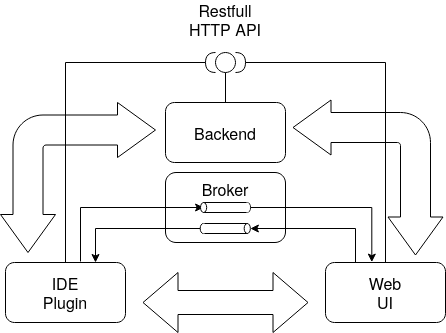
This is graphics/concept_gropius_frontend_messaging.png from neumantm/BA-thesis, a draw.io export, as it was before one commit. Source tidied: cells renumbered, new cells last; positions are measured from the earlier drawing's top-left corner, leaving out a move shared by most shapes. The source it was exported from:
```xml
<mxGraphModel>
  <root>
    <mxCell id="0" />
    <mxCell id="1" parent="0" />
    <mxCell id="2" style="html=1;shadow=0;dashed=0;align=center;verticalAlign=middle;shape=mxgraph.arrows2.bendDoubleArrow;dy=15;dx=38;arrowHead=55;rounded=1;fontSize=16;" parent="1" vertex="1">
      <mxGeometry y="93" width="155" height="150" as="geometry" />
    </mxCell>
    <mxCell id="3" style="html=1;shadow=0;dashed=0;align=center;verticalAlign=middle;shape=mxgraph.arrows2.bendDoubleArrow;dy=15;dx=38;arrowHead=55;rounded=1;fontSize=16;rotation=90;" parent="1" vertex="1">
      <mxGeometry x="290" y="93" width="155" height="150" as="geometry" />
    </mxCell>
    <mxCell id="4" value="Backend" style="rounded=1;whiteSpace=wrap;html=1;fontSize=16;" parent="1" vertex="1">
      <mxGeometry x="165" y="93" width="120" height="60" as="geometry" />
    </mxCell>
    <mxCell id="5" value="Broker" style="rounded=1;whiteSpace=wrap;html=1;fontSize=16;verticalAlign=top;" parent="1" vertex="1">
      <mxGeometry x="165" y="163" width="120" height="70" as="geometry" />
    </mxCell>
    <mxCell id="6" style="edgeStyle=orthogonalEdgeStyle;rounded=0;jettySize=auto;html=1;fontSize=16;exitX=0.5;exitY=0;exitDx=0;exitDy=0;entryX=1;entryY=0.5;entryDx=0;entryDy=0;entryPerimeter=0;endArrow=none;endFill=0;" parent="1" edge="1" source="8" target="15">
      <mxGeometry relative="1" as="geometry" />
    </mxCell>
    <mxCell id="7" style="edgeStyle=orthogonalEdgeStyle;rounded=0;jettySize=auto;html=1;exitX=0.625;exitY=-0.017;exitDx=0;exitDy=0;entryX=0;entryY=0.5;entryDx=0;entryDy=0;endArrow=classic;endFill=1;fontSize=16;exitPerimeter=0;" parent="1" edge="1" source="8" target="20">
      <mxGeometry relative="1" as="geometry" />
    </mxCell>
    <mxCell id="8" value="IDE&lt;br&gt;&lt;div&gt;Plugin&lt;/div&gt;" style="rounded=1;whiteSpace=wrap;html=1;fontSize=16;" parent="1" vertex="1">
      <mxGeometry x="5" y="253" width="120" height="60" as="geometry" />
    </mxCell>
    <mxCell id="9" style="edgeStyle=orthogonalEdgeStyle;rounded=0;jettySize=auto;html=1;exitX=0.5;exitY=0;exitDx=0;exitDy=0;fontSize=16;entryX=1;entryY=0.5;entryDx=0;entryDy=0;entryPerimeter=0;endArrow=none;endFill=0;" parent="1" edge="1" source="11" target="14">
      <mxGeometry relative="1" as="geometry" />
    </mxCell>
    <mxCell id="10" style="edgeStyle=orthogonalEdgeStyle;rounded=0;jettySize=auto;html=1;exitX=0.386;exitY=-0.006;exitDx=0;exitDy=0;entryX=1;entryY=0.5;entryDx=0;entryDy=0;endArrow=none;endFill=0;fontSize=16;exitPerimeter=0;startArrow=classic;startFill=1;" parent="1" edge="1" source="11" target="19">
      <mxGeometry relative="1" as="geometry" />
    </mxCell>
    <mxCell id="11" value="Web&lt;br&gt;&lt;div&gt;UI&lt;/div&gt;" style="rounded=1;whiteSpace=wrap;html=1;fontSize=16;" parent="1" vertex="1">
      <mxGeometry x="325" y="253" width="120" height="60" as="geometry" />
    </mxCell>
    <mxCell id="12" style="edgeStyle=orthogonalEdgeStyle;rounded=0;jettySize=auto;html=1;fontSize=16;endArrow=none;endFill=0;" parent="1" edge="1" source="13" target="4">
      <mxGeometry relative="1" as="geometry" />
    </mxCell>
    <mxCell id="13" style="ellipse;whiteSpace=wrap;html=1;fontSize=16;" parent="1" vertex="1">
      <mxGeometry x="215" y="43" width="20" height="20" as="geometry" />
    </mxCell>
    <mxCell id="14" style="shape=requiredInterface;html=1;verticalLabelPosition=bottom;fontSize=16;" parent="1" vertex="1">
      <mxGeometry x="235" y="43" width="10" height="20" as="geometry" />
    </mxCell>
    <mxCell id="15" style="shape=requiredInterface;html=1;verticalLabelPosition=bottom;fontSize=16;rotation=-180;" parent="1" vertex="1">
      <mxGeometry x="205" y="43" width="10" height="20" as="geometry" />
    </mxCell>
    <mxCell id="16" value="Restfull &lt;br&gt;HTTP API" style="text;html=1;strokeColor=none;fillColor=none;align=center;verticalAlign=middle;whiteSpace=wrap;rounded=0;fontSize=16;" parent="1" vertex="1">
      <mxGeometry x="150" width="150" height="20" as="geometry" />
    </mxCell>
    <mxCell id="17" style="html=1;shadow=0;dashed=0;align=center;verticalAlign=middle;shape=mxgraph.arrows2.twoWayArrow;dy=0.6;dx=35;fontSize=16;" parent="1" vertex="1">
      <mxGeometry x="142.5" y="263" width="165" height="60" as="geometry" />
    </mxCell>
    <mxCell id="18" style="group;" parent="1" vertex="1">
      <mxGeometry x="200" y="193" width="50" height="20" as="geometry" />
    </mxCell>
    <mxCell id="19" style="ellipse;whiteSpace=wrap;html=1;fontSize=16;" parent="18" vertex="1">
      <mxGeometry x="43.8" width="6.2" height="10" as="geometry" />
    </mxCell>
    <mxCell id="20" style="rounded=0;whiteSpace=wrap;html=1;fontSize=16;" parent="18" vertex="1">
      <mxGeometry x="3.1" width="43.2" height="10" as="geometry" />
    </mxCell>
    <mxCell id="21" style="ellipse;whiteSpace=wrap;html=1;fontSize=16;" parent="18" vertex="1">
      <mxGeometry width="6.2" height="10" as="geometry" />
    </mxCell>
    <mxCell id="22" style="ellipse;whiteSpace=wrap;html=1;fontSize=16;strokeColor=none;" parent="18" vertex="1">
      <mxGeometry x="43.8" width="5.6" height="10" as="geometry" />
    </mxCell>
    <mxCell id="23" style="group;rotation=-180;" parent="18" vertex="1">
      <mxGeometry x="-0.3" y="21" width="50" height="10" as="geometry" />
    </mxCell>
    <mxCell id="24" style="ellipse;whiteSpace=wrap;html=1;fontSize=16;rotation=-180;" parent="23" vertex="1">
      <mxGeometry width="6.2" height="10" as="geometry" />
    </mxCell>
    <mxCell id="25" style="rounded=0;whiteSpace=wrap;html=1;fontSize=16;rotation=-180;" parent="23" vertex="1">
      <mxGeometry x="4" width="43.2" height="10" as="geometry" />
    </mxCell>
    <mxCell id="26" style="ellipse;whiteSpace=wrap;html=1;fontSize=16;rotation=-180;" parent="23" vertex="1">
      <mxGeometry x="44" width="6.2" height="10" as="geometry" />
    </mxCell>
    <mxCell id="27" style="ellipse;whiteSpace=wrap;html=1;fontSize=16;strokeColor=none;rotation=-180;" parent="23" vertex="1">
      <mxGeometry x="1" width="5.6" height="10" as="geometry" />
    </mxCell>
    <mxCell id="28" style="edgeStyle=orthogonalEdgeStyle;rounded=0;jettySize=auto;html=1;exitX=0.25;exitY=0;exitDx=0;exitDy=0;entryX=0;entryY=0.5;entryDx=0;entryDy=0;endArrow=classic;endFill=1;fontSize=16;" parent="1" edge="1" source="11" target="26">
      <mxGeometry relative="1" as="geometry" />
    </mxCell>
    <mxCell id="29" style="edgeStyle=orthogonalEdgeStyle;rounded=0;jettySize=auto;html=1;exitX=1;exitY=0.5;exitDx=0;exitDy=0;entryX=0.75;entryY=0;entryDx=0;entryDy=0;endArrow=classic;endFill=1;fontSize=16;" parent="1" edge="1" source="24" target="8">
      <mxGeometry relative="1" as="geometry" />
    </mxCell>
  </root>
</mxGraphModel>
```
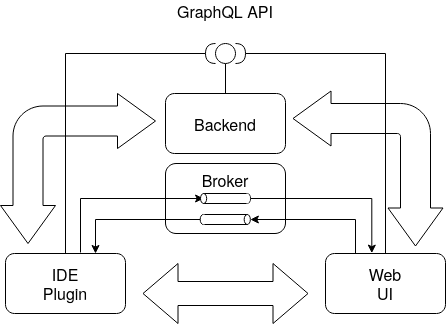
The same diagram one commit later.

Diff of the diagram source:
```diff
@@ -44,9 +44,9 @@
     <mxCell id="15" style="shape=requiredInterface;html=1;verticalLabelPosition=bottom;fontSize=16;rotation=-180;" parent="1" vertex="1">
       <mxGeometry x="205" y="43" width="10" height="20" as="geometry" />
     </mxCell>
-    <mxCell id="16" value="Restfull &lt;br&gt;HTTP API" style="text;html=1;strokeColor=none;fillColor=none;align=center;verticalAlign=middle;whiteSpace=wrap;rounded=0;fontSize=16;" parent="1" vertex="1">
-      <mxGeometry x="150" width="150" height="20" as="geometry" />
-    </mxCell>
+    <mxCell id="30" value="GraphQL API" style="text;html=1;strokeColor=none;fillColor=none;align=center;verticalAlign=middle;whiteSpace=wrap;rounded=0;fontSize=16;" parent="1" vertex="1">
+      <mxGeometry x="150" width="150" height="20" as="geometry" />
+    </mxCell>
     <mxCell id="17" style="html=1;shadow=0;dashed=0;align=center;verticalAlign=middle;shape=mxgraph.arrows2.twoWayArrow;dy=0.6;dx=35;fontSize=16;" parent="1" vertex="1">
       <mxGeometry x="142.5" y="263" width="165" height="60" as="geometry" />
     </mxCell>
```
